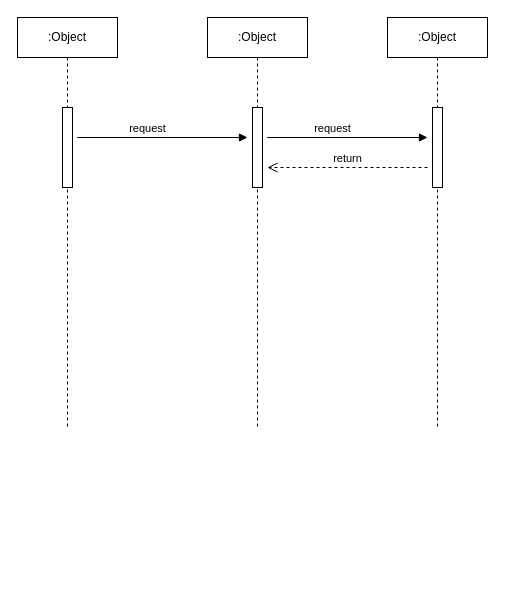
Before: cloud/RocketMq.drawio in nyh123456/draw.io, a draw.io diagram. Source tidied: cells renumbered, new cells numbered last; positions are measured from the earlier drawing's top-left corner, leaving out a move shared by most shapes. Both pictures are drawn from the tidied source at 100%, with x=0, y=0 at pixel (17, 17).
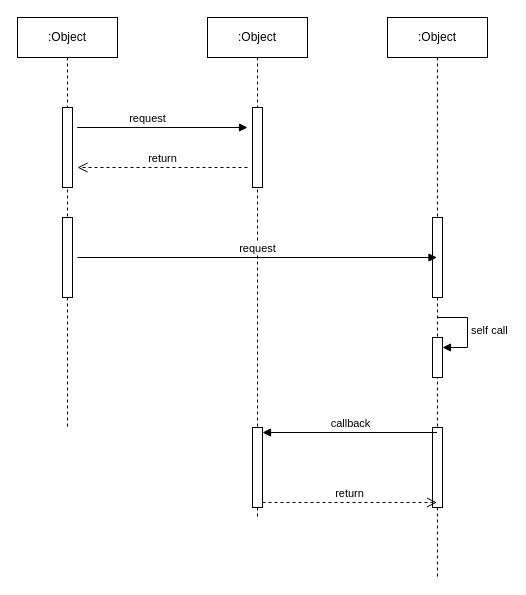
Above is the later version.

Unchanged cells that the change refers to:
```xml
<mxCell id="2" value=":Object" style="shape=umlLifeline;perimeter=lifelinePerimeter;whiteSpace=wrap;html=1;newEdgeStyle={&quot;curved&quot;:0,&quot;rounded&quot;:0};" parent="1" vertex="1">
  <mxGeometry width="100" height="410" as="geometry" />
</mxCell>
```

Diff of the diagram source:
```diff
@@
+    <mxCell id="11" style="html=1;perimeter=orthogonalPerimeter;targetShapes=umlLifeline;newEdgeStyle={&quot;curved&quot;:0,&quot;rounded&quot;:0};" parent="2" vertex="1">
+      <mxGeometry x="45" y="200" width="10" height="80" as="geometry" />
+    </mxCell>
     <mxCell id="4" value="request" style="html=1;verticalAlign=bottom;endArrow=block;curved=0;rounded=0;" parent="1" edge="1">
       <mxGeometry relative="1" as="geometry">
-        <mxPoint x="90" y="120" as="sourcePoint" />
-        <mxPoint x="230" y="120" as="targetPoint" />
+        <mxPoint x="90" y="110" as="sourcePoint" />
+        <mxPoint x="230" y="110" as="targetPoint" />
         <Array as="points">
-          <mxPoint x="60" y="120" />
+          <mxPoint x="60" y="110" />
         </Array>
       </mxGeometry>
     </mxCell>
     <mxCell id="5" value=":Object" style="shape=umlLifeline;perimeter=lifelinePerimeter;whiteSpace=wrap;html=1;newEdgeStyle={&quot;curved&quot;:0,&quot;rounded&quot;:0};" parent="1" vertex="1">
-      <mxGeometry x="190" width="100" height="410" as="geometry" />
+      <mxGeometry x="190" width="100" height="500" as="geometry" />
     </mxCell>
@@
+    <mxCell id="12" style="html=1;points=[[0,0,0,0,5],[0,1,0,0,-5],[1,0,0,0,5],[1,1,0,0,-5]];perimeter=orthogonalPerimeter;outlineConnect=0;targetShapes=umlLifeline;portConstraint=eastwest;newEdgeStyle={&quot;curved&quot;:0,&quot;rounded&quot;:0};" parent="5" vertex="1">
+      <mxGeometry x="45" y="410" width="10" height="80" as="geometry" />
+    </mxCell>
     <mxCell id="7" value=":Object" style="shape=umlLifeline;perimeter=lifelinePerimeter;whiteSpace=wrap;html=1;outlineConnect=0;portConstraint=eastwest;newEdgeStyle={&quot;curved&quot;:0,&quot;rounded&quot;:0};" parent="1" vertex="1">
-      <mxGeometry x="370" width="100" height="410" as="geometry" />
+      <mxGeometry x="370" width="100" height="560" as="geometry" />
     </mxCell>
-    <mxCell id="8" style="html=1;perimeter=orthogonalPerimeter;targetShapes=umlLifeline;newEdgeStyle={&quot;curved&quot;:0,&quot;rounded&quot;:0};" parent="7" vertex="1">
-      <mxGeometry x="45" y="90" width="10" height="80" as="geometry" />
-    </mxCell>
+    <mxCell id="13" style="html=1;perimeter=orthogonalPerimeter;targetShapes=umlLifeline;newEdgeStyle={&quot;curved&quot;:0,&quot;rounded&quot;:0};" parent="7" vertex="1">
+      <mxGeometry x="45" y="200" width="10" height="80" as="geometry" />
+    </mxCell>
+    <mxCell id="14" style="html=1;points=[[0,0,0,0,5],[0,1,0,0,-5],[1,0,0,0,5],[1,1,0,0,-5]];perimeter=orthogonalPerimeter;outlineConnect=0;targetShapes=umlLifeline;portConstraint=eastwest;newEdgeStyle={&quot;curved&quot;:0,&quot;rounded&quot;:0};" parent="7" vertex="1">
+      <mxGeometry x="45" y="320" width="10" height="40" as="geometry" />
+    </mxCell>
+    <mxCell id="15" value="self call" style="html=1;align=left;spacingLeft=2;endArrow=block;rounded=0;edgeStyle=orthogonalEdgeStyle;curved=0;rounded=0;" parent="7" edge="1" target="14">
+      <mxGeometry relative="1" as="geometry">
+        <mxPoint x="50" y="300" as="sourcePoint" />
+        <Array as="points">
+          <mxPoint x="80" y="330" />
+        </Array>
+      </mxGeometry>
+    </mxCell>
+    <mxCell id="16" style="html=1;perimeter=orthogonalPerimeter;targetShapes=umlLifeline;newEdgeStyle={&quot;curved&quot;:0,&quot;rounded&quot;:0};" parent="7" vertex="1">
+      <mxGeometry x="45" y="410" width="10" height="80" as="geometry" />
+    </mxCell>
+    <mxCell id="10" value="return" style="html=1;verticalAlign=bottom;endArrow=open;dashed=1;endSize=8;curved=0;rounded=0;" parent="1" edge="1">
+      <mxGeometry relative="1" as="geometry">
+        <mxPoint x="230" y="150" as="sourcePoint" />
+        <mxPoint x="60" y="150" as="targetPoint" />
+      </mxGeometry>
+    </mxCell>
-    <mxCell id="9" value="request" style="html=1;verticalAlign=bottom;endArrow=block;curved=0;rounded=0;" parent="1" edge="1">
+    <mxCell id="9" value="request" style="html=1;verticalAlign=bottom;endArrow=block;curved=0;rounded=0;" parent="1" edge="1" target="7">
       <mxGeometry relative="1" as="geometry">
-        <mxPoint x="280" y="120" as="sourcePoint" />
-        <mxPoint x="410" y="120" as="targetPoint" />
-        <Array as="points">
-          <mxPoint x="250" y="120" />
-        </Array>
+        <mxPoint x="60" y="240" as="sourcePoint" />
       </mxGeometry>
     </mxCell>
-    <mxCell id="10" value="return" style="html=1;verticalAlign=bottom;endArrow=open;dashed=1;endSize=8;curved=0;rounded=0;" parent="1" edge="1">
-      <mxGeometry relative="1" as="geometry">
-        <mxPoint x="410" y="150" as="sourcePoint" />
-        <mxPoint x="250" y="150" as="targetPoint" />
-      </mxGeometry>
-    </mxCell>
+    <mxCell id="17" value="callback" style="html=1;verticalAlign=bottom;endArrow=block;curved=0;rounded=0;entryX=1;entryY=0;entryDx=0;entryDy=5;" parent="1" edge="1" source="7" target="12">
+      <mxGeometry relative="1" as="geometry" />
+    </mxCell>
+    <mxCell id="18" value="return" style="html=1;verticalAlign=bottom;endArrow=open;dashed=1;endSize=8;curved=0;rounded=0;exitX=1;exitY=1;exitDx=0;exitDy=-5;" parent="1" edge="1" source="12" target="7">
+      <mxGeometry relative="1" as="geometry" />
+    </mxCell>
```
